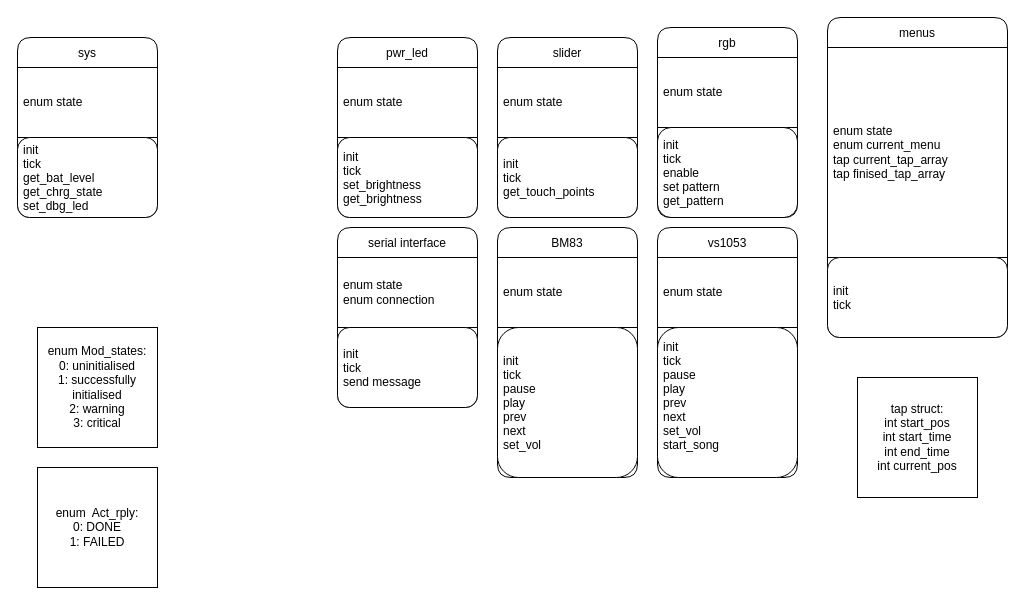
Earlier version of the draw.io diagram V2/code/M0 firmware/program layout.drawio (Scaniox/Glassphones). Source tidied: cells renumbered, new cells numbered last; positions are measured from the earlier drawing's top-left corner, leaving out a move shared by most shapes. Both pictures are drawn from the tidied source at 100%, with x=0, y=0 at pixel (17, 17).
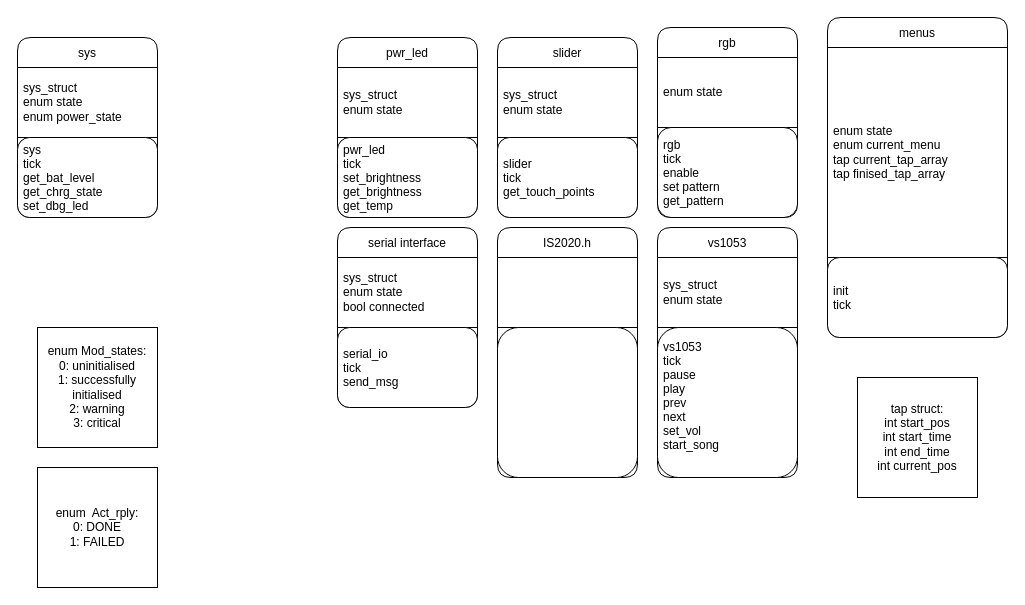
The same diagram, later.

Unchanged cells that the change refers to:
```xml
<mxCell id="6" value="sys" style="swimlane;fontStyle=0;horizontal=1;startSize=30;rounded=1;swimlaneFillColor=default;" parent="1" vertex="1">
  <mxGeometry y="20" width="140" height="180" as="geometry" />
</mxCell>
<mxCell id="9" value="pwr_led" style="swimlane;fontStyle=0;horizontal=1;startSize=30;rounded=1;swimlaneFillColor=default;" parent="1" vertex="1">
  <mxGeometry x="320" y="20" width="140" height="180" as="geometry" />
</mxCell>
<mxCell id="12" value="vs1053" style="swimlane;fontStyle=0;horizontal=1;startSize=30;rounded=1;swimlaneFillColor=default;" parent="1" vertex="1">
  <mxGeometry x="640" y="210" width="140" height="250" as="geometry" />
</mxCell>
<mxCell id="15" value="rgb" style="swimlane;fontStyle=0;horizontal=1;startSize=30;rounded=1;swimlaneFillColor=default;" parent="1" vertex="1">
  <mxGeometry x="640" y="10" width="140" height="190" as="geometry" />
</mxCell>
<mxCell id="21" value="slider" style="swimlane;fontStyle=0;horizontal=1;startSize=30;rounded=1;swimlaneFillColor=default;" parent="1" vertex="1">
  <mxGeometry x="480" y="20" width="140" height="180" as="geometry" />
</mxCell>
<mxCell id="24" value="serial interface" style="swimlane;fontStyle=0;horizontal=1;startSize=30;rounded=1;swimlaneFillColor=default;" parent="1" vertex="1">
  <mxGeometry x="320" y="210" width="140" height="180" as="geometry" />
</mxCell>
```

Diff of the diagram source:
```diff
@@
-    <mxCell id="2" value="BM83" style="swimlane;fontStyle=0;horizontal=1;startSize=30;rounded=1;swimlaneFillColor=default;" parent="1" vertex="1">
+    <mxCell id="2" value="IS2020.h" style="swimlane;fontStyle=0;horizontal=1;startSize=30;rounded=1;swimlaneFillColor=default;" parent="1" vertex="1">
       <mxGeometry x="480" y="210" width="140" height="250" as="geometry" />
     </mxCell>
-    <mxCell id="3" value="enum state" style="rounded=0;whiteSpace=wrap;html=1;align=left;spacingLeft=4;" parent="2" vertex="1">
+    <mxCell id="3" style="rounded=0;whiteSpace=wrap;html=1;align=left;spacingLeft=4;" parent="2" vertex="1">
       <mxGeometry y="30" width="140" height="70" as="geometry" />
     </mxCell>
-    <mxCell id="4" value="init&#10;tick&#10;pause&#10;play&#10;prev&#10;next&#10;set_vol" style="text;strokeColor=default;fillColor=default;align=left;verticalAlign=middle;spacingLeft=4;spacingRight=4;overflow=hidden;rounded=1;shadow=0;" parent="2" vertex="1">
+    <mxCell id="4" style="text;strokeColor=default;fillColor=default;align=left;verticalAlign=middle;spacingLeft=4;spacingRight=4;overflow=hidden;rounded=1;shadow=0;" parent="2" vertex="1">
       <mxGeometry y="100" width="140" height="150" as="geometry" />
     </mxCell>
@@
-    <mxCell id="7" value="enum state" style="rounded=0;whiteSpace=wrap;html=1;align=left;spacingLeft=4;" parent="6" vertex="1">
+    <mxCell id="7" value="sys_struct&lt;br&gt;enum state&lt;br&gt;enum power_state" style="rounded=0;whiteSpace=wrap;html=1;align=left;spacingLeft=4;" parent="6" vertex="1">
       <mxGeometry y="30" width="140" height="70" as="geometry" />
     </mxCell>
-    <mxCell id="8" value="init&#10;tick&#10;get_bat_level&#10;get_chrg_state&#10;set_dbg_led" style="text;strokeColor=default;fillColor=default;align=left;verticalAlign=middle;spacingLeft=4;spacingRight=4;overflow=hidden;rounded=1;shadow=0;" parent="6" vertex="1">
+    <mxCell id="8" value="sys&#10;tick&#10;get_bat_level&#10;get_chrg_state&#10;set_dbg_led" style="text;strokeColor=default;fillColor=default;align=left;verticalAlign=middle;spacingLeft=4;spacingRight=4;overflow=hidden;rounded=1;shadow=0;" parent="6" vertex="1">
       <mxGeometry y="100" width="140" height="80" as="geometry" />
     </mxCell>
@@
-    <mxCell id="10" value="enum state" style="rounded=0;whiteSpace=wrap;html=1;align=left;spacingLeft=4;" parent="9" vertex="1">
+    <mxCell id="10" value="sys_struct&lt;br&gt;enum state" style="rounded=0;whiteSpace=wrap;html=1;align=left;spacingLeft=4;" parent="9" vertex="1">
       <mxGeometry y="30" width="140" height="70" as="geometry" />
     </mxCell>
-    <mxCell id="11" value="init&#10;tick&#10;set_brightness&#10;get_brightness" style="text;strokeColor=default;fillColor=default;align=left;verticalAlign=middle;spacingLeft=4;spacingRight=4;overflow=hidden;rounded=1;shadow=0;" parent="9" vertex="1">
+    <mxCell id="11" value="pwr_led&#10;tick&#10;set_brightness&#10;get_brightness&#10;get_temp" style="text;strokeColor=default;fillColor=default;align=left;verticalAlign=middle;spacingLeft=4;spacingRight=4;overflow=hidden;rounded=1;shadow=0;" parent="9" vertex="1">
       <mxGeometry y="100" width="140" height="80" as="geometry" />
     </mxCell>
@@
-    <mxCell id="13" value="enum state" style="rounded=0;whiteSpace=wrap;html=1;align=left;spacingLeft=4;" parent="12" vertex="1">
+    <mxCell id="13" value="sys_struct&lt;br&gt;enum state" style="rounded=0;whiteSpace=wrap;html=1;align=left;spacingLeft=4;" parent="12" vertex="1">
       <mxGeometry y="30" width="140" height="70" as="geometry" />
     </mxCell>
-    <mxCell id="14" value="init&#10;tick&#10;pause &#10;play&#10;prev&#10;next&#10;set_vol&#10;start_song&#10;" style="text;strokeColor=default;fillColor=default;align=left;verticalAlign=middle;spacingLeft=4;spacingRight=4;overflow=hidden;rounded=1;shadow=0;" parent="12" vertex="1">
+    <mxCell id="14" value="vs1053&#10;tick&#10;pause &#10;play&#10;prev&#10;next&#10;set_vol&#10;start_song&#10;" style="text;strokeColor=default;fillColor=default;align=left;verticalAlign=middle;spacingLeft=4;spacingRight=4;overflow=hidden;rounded=1;shadow=0;" parent="12" vertex="1">
       <mxGeometry y="100" width="140" height="150" as="geometry" />
     </mxCell>
@@
-    <mxCell id="17" value="init&#10;tick&#10;enable&#10;set pattern&#10;get_pattern" style="text;strokeColor=default;fillColor=default;align=left;verticalAlign=middle;spacingLeft=4;spacingRight=4;overflow=hidden;rounded=1;shadow=0;" parent="15" vertex="1">
+    <mxCell id="17" value="rgb&#10;tick&#10;enable&#10;set pattern&#10;get_pattern" style="text;strokeColor=default;fillColor=default;align=left;verticalAlign=middle;spacingLeft=4;spacingRight=4;overflow=hidden;rounded=1;shadow=0;" parent="15" vertex="1">
       <mxGeometry y="100" width="140" height="90" as="geometry" />
     </mxCell>
@@
-    <mxCell id="22" value="enum state" style="rounded=0;whiteSpace=wrap;html=1;align=left;spacingLeft=4;" parent="21" vertex="1">
+    <mxCell id="22" value="sys_struct&lt;br&gt;enum state" style="rounded=0;whiteSpace=wrap;html=1;align=left;spacingLeft=4;" parent="21" vertex="1">
       <mxGeometry y="30" width="140" height="70" as="geometry" />
     </mxCell>
-    <mxCell id="23" value="init&#10;tick&#10;get_touch_points" style="text;strokeColor=default;fillColor=default;align=left;verticalAlign=middle;spacingLeft=4;spacingRight=4;overflow=hidden;rounded=1;shadow=0;" parent="21" vertex="1">
+    <mxCell id="23" value="slider&#10;tick&#10;get_touch_points" style="text;strokeColor=default;fillColor=default;align=left;verticalAlign=middle;spacingLeft=4;spacingRight=4;overflow=hidden;rounded=1;shadow=0;" parent="21" vertex="1">
       <mxGeometry y="100" width="140" height="80" as="geometry" />
     </mxCell>
@@
-    <mxCell id="25" value="enum state&lt;br&gt;enum connection" style="rounded=0;whiteSpace=wrap;html=1;align=left;spacingLeft=4;" parent="24" vertex="1">
+    <mxCell id="25" value="sys_struct&lt;br&gt;enum state&lt;br&gt;bool connected" style="rounded=0;whiteSpace=wrap;html=1;align=left;spacingLeft=4;" parent="24" vertex="1">
       <mxGeometry y="30" width="140" height="70" as="geometry" />
     </mxCell>
-    <mxCell id="26" value="init&#10;tick&#10;send message" style="text;strokeColor=default;fillColor=default;align=left;verticalAlign=middle;spacingLeft=4;spacingRight=4;overflow=hidden;rounded=1;shadow=0;" parent="24" vertex="1">
+    <mxCell id="26" value="serial_io&#10;tick&#10;send_msg" style="text;strokeColor=default;fillColor=default;align=left;verticalAlign=middle;spacingLeft=4;spacingRight=4;overflow=hidden;rounded=1;shadow=0;" parent="24" vertex="1">
       <mxGeometry y="100" width="140" height="80" as="geometry" />
     </mxCell>
```
